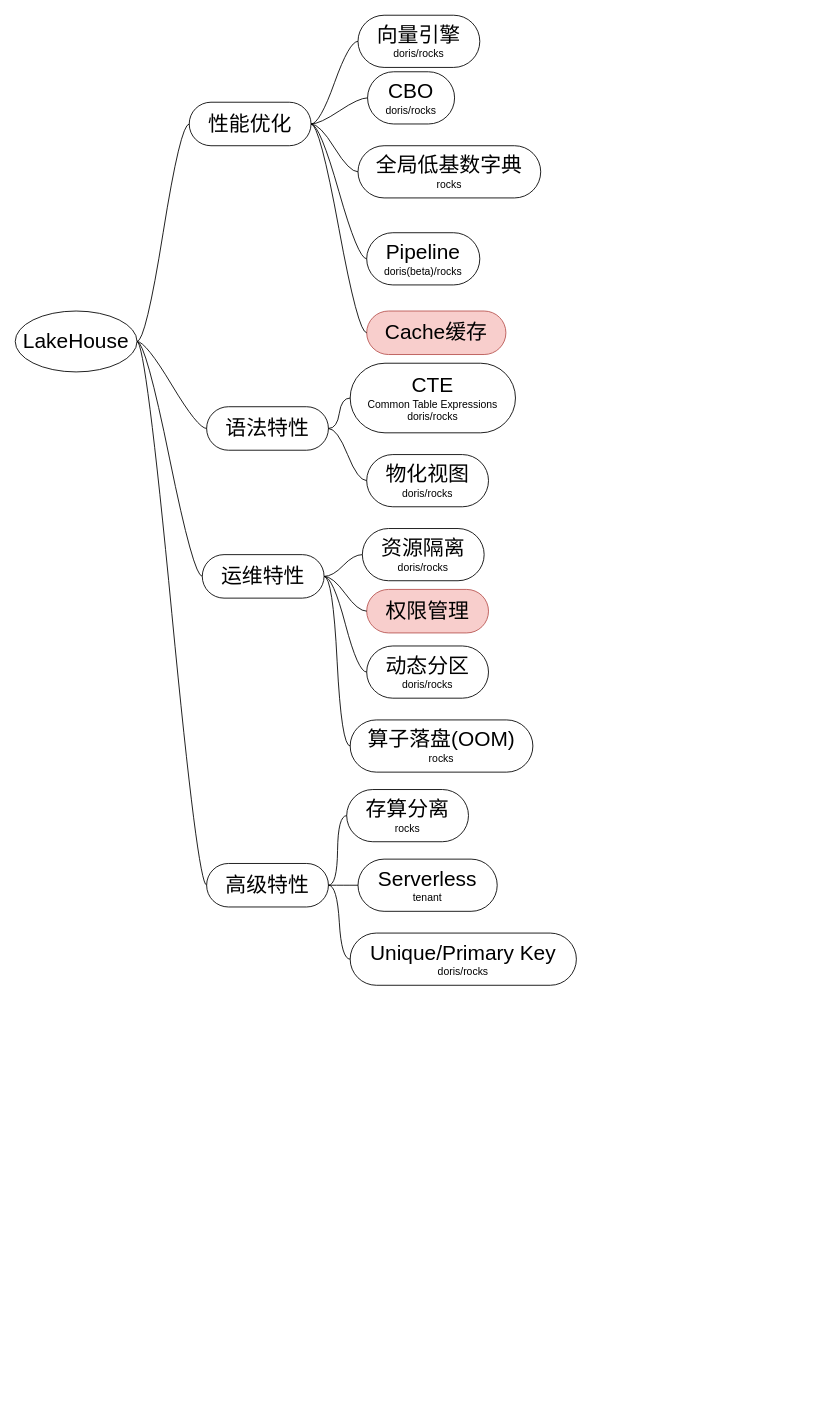
Earlier version of the draw.io diagram page "思维导图" (1 of 3) of database/Doris/LakeHouse.drawio (gohalo/mind). Source tidied: cells renumbered, new cells numbered last; positions are measured from the earlier drawing's top-left corner, leaving out a move shared by most shapes. Both pictures are drawn from the tidied source at 87%, with x=0, y=0 at pixel (15, 15).
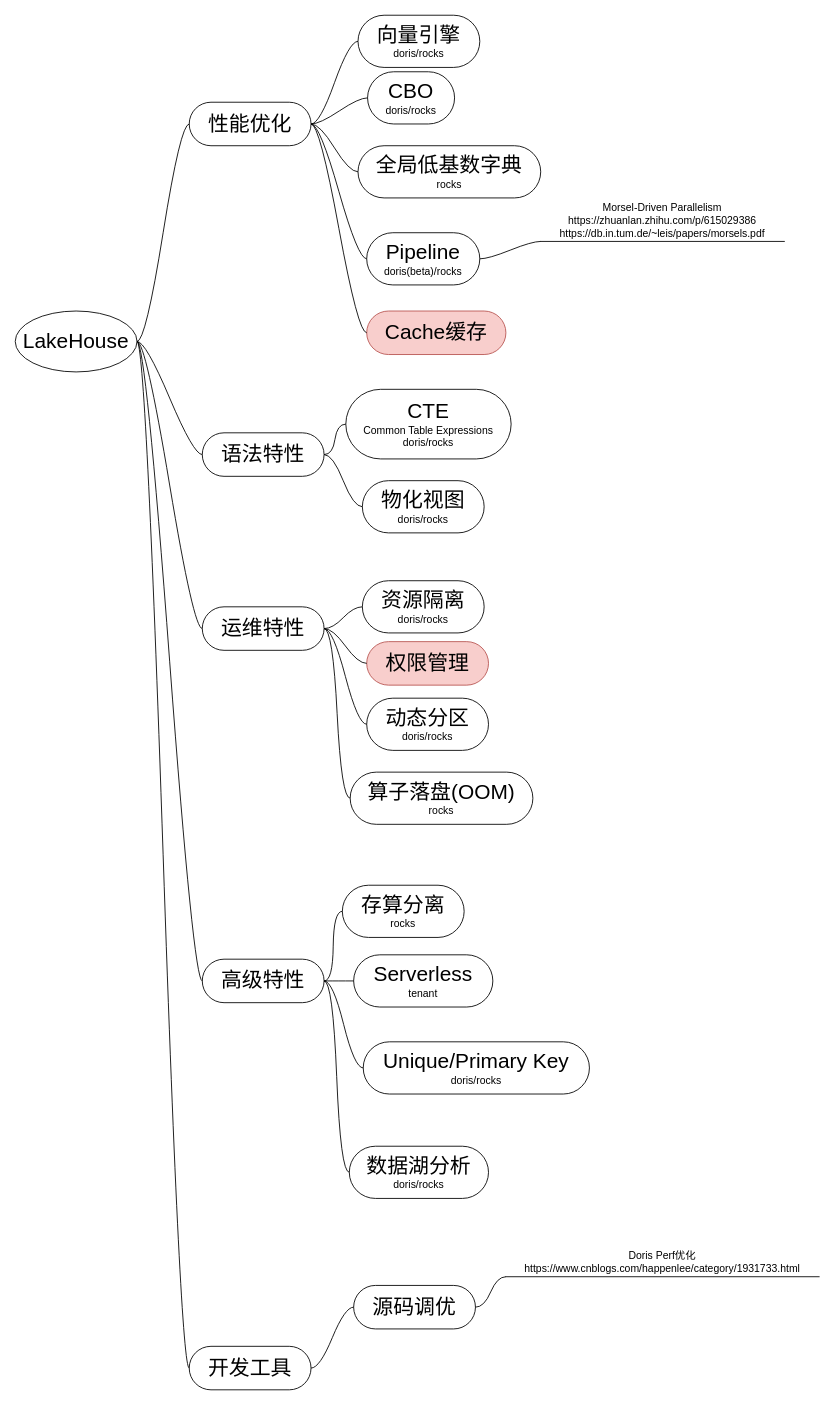
The same diagram, later.

Unchanged cells that the change refers to:
```xml
<mxCell id="2" value="&lt;font style=&quot;font-size: 24px;&quot;&gt;LakeHouse&lt;/font&gt;" style="ellipse;whiteSpace=wrap;html=1;align=center;newEdgeStyle={&quot;edgeStyle&quot;:&quot;entityRelationEdgeStyle&quot;,&quot;startArrow&quot;:&quot;none&quot;,&quot;endArrow&quot;:&quot;none&quot;,&quot;segment&quot;:10,&quot;curved&quot;:1,&quot;sourcePerimeterSpacing&quot;:0,&quot;targetPerimeterSpacing&quot;:0};" parent="1" vertex="1">
  <mxGeometry y="340" width="140" height="70" as="geometry" />
</mxCell>
<mxCell id="15" value="&lt;font style=&quot;&quot;&gt;&lt;span style=&quot;font-size: 24px;&quot;&gt;Pipeline&lt;/span&gt;&lt;br&gt;&lt;font style=&quot;font-size: 12px;&quot;&gt;doris(beta)/rocks&lt;/font&gt;&lt;br&gt;&lt;/font&gt;" style="whiteSpace=wrap;html=1;rounded=1;arcSize=50;align=center;verticalAlign=middle;strokeWidth=1;spacing=4;newEdgeStyle={&quot;edgeStyle&quot;:&quot;entityRelationEdgeStyle&quot;,&quot;startArrow&quot;:&quot;none&quot;,&quot;endArrow&quot;:&quot;none&quot;,&quot;segment&quot;:10,&quot;curved&quot;:1,&quot;sourcePerimeterSpacing&quot;:0,&quot;targetPerimeterSpacing&quot;:0};" parent="1" vertex="1">
  <mxGeometry x="404" y="250" width="130" height="60" as="geometry" />
</mxCell>
```

Diff of the diagram source:
```diff
@@
     <mxCell id="11" value="&lt;font style=&quot;font-size: 24px;&quot;&gt;语法特性&lt;/font&gt;" style="whiteSpace=wrap;html=1;rounded=1;arcSize=50;align=center;verticalAlign=middle;strokeWidth=1;spacing=4;newEdgeStyle={&quot;edgeStyle&quot;:&quot;entityRelationEdgeStyle&quot;,&quot;startArrow&quot;:&quot;none&quot;,&quot;endArrow&quot;:&quot;none&quot;,&quot;segment&quot;:10,&quot;curved&quot;:1,&quot;sourcePerimeterSpacing&quot;:0,&quot;targetPerimeterSpacing&quot;:0};" parent="1" vertex="1">
-      <mxGeometry x="220" y="450" width="140" height="50" as="geometry" />
+      <mxGeometry x="215" y="480" width="140" height="50" as="geometry" />
     </mxCell>
@@
     <mxCell id="13" value="&lt;font style=&quot;&quot;&gt;&lt;span style=&quot;font-size: 24px;&quot;&gt;CTE&lt;/span&gt;&lt;br&gt;&lt;font style=&quot;font-size: 12px;&quot;&gt;Common Table Expressions&lt;br&gt;&lt;/font&gt;doris/rocks&lt;br&gt;&lt;/font&gt;" style="whiteSpace=wrap;html=1;rounded=1;arcSize=50;align=center;verticalAlign=middle;strokeWidth=1;spacing=4;newEdgeStyle={&quot;edgeStyle&quot;:&quot;entityRelationEdgeStyle&quot;,&quot;startArrow&quot;:&quot;none&quot;,&quot;endArrow&quot;:&quot;none&quot;,&quot;segment&quot;:10,&quot;curved&quot;:1,&quot;sourcePerimeterSpacing&quot;:0,&quot;targetPerimeterSpacing&quot;:0};" parent="1" vertex="1">
-      <mxGeometry x="385" y="400" width="190" height="80" as="geometry" />
+      <mxGeometry x="380" y="430" width="190" height="80" as="geometry" />
     </mxCell>
@@
     <mxCell id="17" value="&lt;font style=&quot;font-size: 24px;&quot;&gt;运维特性&lt;/font&gt;" style="whiteSpace=wrap;html=1;rounded=1;arcSize=50;align=center;verticalAlign=middle;strokeWidth=1;spacing=4;newEdgeStyle={&quot;edgeStyle&quot;:&quot;entityRelationEdgeStyle&quot;,&quot;startArrow&quot;:&quot;none&quot;,&quot;endArrow&quot;:&quot;none&quot;,&quot;segment&quot;:10,&quot;curved&quot;:1,&quot;sourcePerimeterSpacing&quot;:0,&quot;targetPerimeterSpacing&quot;:0};" parent="1" vertex="1">
-      <mxGeometry x="215" y="620" width="140" height="50" as="geometry" />
+      <mxGeometry x="215" y="680" width="140" height="50" as="geometry" />
     </mxCell>
@@
     <mxCell id="19" value="&lt;font style=&quot;&quot;&gt;&lt;span style=&quot;font-size: 24px;&quot;&gt;资源隔离&lt;/span&gt;&lt;br&gt;&lt;font style=&quot;font-size: 12px;&quot;&gt;doris/rocks&lt;/font&gt;&lt;br&gt;&lt;/font&gt;" style="whiteSpace=wrap;html=1;rounded=1;arcSize=50;align=center;verticalAlign=middle;strokeWidth=1;spacing=4;newEdgeStyle={&quot;edgeStyle&quot;:&quot;entityRelationEdgeStyle&quot;,&quot;startArrow&quot;:&quot;none&quot;,&quot;endArrow&quot;:&quot;none&quot;,&quot;segment&quot;:10,&quot;curved&quot;:1,&quot;sourcePerimeterSpacing&quot;:0,&quot;targetPerimeterSpacing&quot;:0};" parent="1" vertex="1">
-      <mxGeometry x="399" y="590" width="140" height="60" as="geometry" />
+      <mxGeometry x="399" y="650" width="140" height="60" as="geometry" />
     </mxCell>
@@
     <mxCell id="21" value="&lt;font style=&quot;&quot;&gt;&lt;span style=&quot;font-size: 24px;&quot;&gt;存算分离&lt;/span&gt;&lt;br&gt;&lt;font style=&quot;font-size: 12px;&quot;&gt;rocks&lt;/font&gt;&lt;br&gt;&lt;/font&gt;" style="whiteSpace=wrap;html=1;rounded=1;arcSize=50;align=center;verticalAlign=middle;strokeWidth=1;spacing=4;newEdgeStyle={&quot;edgeStyle&quot;:&quot;entityRelationEdgeStyle&quot;,&quot;startArrow&quot;:&quot;none&quot;,&quot;endArrow&quot;:&quot;none&quot;,&quot;segment&quot;:10,&quot;curved&quot;:1,&quot;sourcePerimeterSpacing&quot;:0,&quot;targetPerimeterSpacing&quot;:0};" parent="1" vertex="1">
-      <mxGeometry x="381" y="890" width="140" height="60" as="geometry" />
+      <mxGeometry x="376" y="1000" width="140" height="60" as="geometry" />
     </mxCell>
@@
     <mxCell id="23" value="&lt;font style=&quot;font-size: 24px;&quot;&gt;高级特性&lt;/font&gt;" style="whiteSpace=wrap;html=1;rounded=1;arcSize=50;align=center;verticalAlign=middle;strokeWidth=1;spacing=4;newEdgeStyle={&quot;edgeStyle&quot;:&quot;entityRelationEdgeStyle&quot;,&quot;startArrow&quot;:&quot;none&quot;,&quot;endArrow&quot;:&quot;none&quot;,&quot;segment&quot;:10,&quot;curved&quot;:1,&quot;sourcePerimeterSpacing&quot;:0,&quot;targetPerimeterSpacing&quot;:0};" parent="1" vertex="1">
-      <mxGeometry x="220" y="975" width="140" height="50" as="geometry" />
+      <mxGeometry x="215" y="1085" width="140" height="50" as="geometry" />
     </mxCell>
@@
-    <mxCell id="25" value="&lt;font style=&quot;&quot;&gt;&lt;span style=&quot;font-size: 24px;&quot;&gt;Unique/Primary Key&lt;/span&gt;&lt;br&gt;&lt;font style=&quot;font-size: 12px;&quot;&gt;doris/rocks&lt;/font&gt;&lt;br&gt;&lt;/font&gt;" style="whiteSpace=wrap;html=1;rounded=1;arcSize=50;align=center;verticalAlign=middle;strokeWidth=1;spacing=4;newEdgeStyle={&quot;edgeStyle&quot;:&quot;entityRelationEdgeStyle&quot;,&quot;startArrow&quot;:&quot;none&quot;,&quot;endArrow&quot;:&quot;none&quot;,&quot;segment&quot;:10,&quot;curved&quot;:1,&quot;sourcePerimeterSpacing&quot;:0,&quot;targetPerimeterSpacing&quot;:0};" parent="1" vertex="1">
-      <mxGeometry x="385" y="1055" width="260" height="60" as="geometry" />
+    <mxCell id="25" value="&lt;font style=&quot;&quot;&gt;&lt;span style=&quot;font-size: 24px;&quot;&gt;Unique/Primary Key&lt;/span&gt;&lt;br&gt;&lt;font style=&quot;font-size: 12px;&quot;&gt;doris/rocks&lt;/font&gt;&lt;br&gt;&lt;/font&gt;" style="whiteSpace=wrap;html=1;rounded=1;arcSize=50;align=center;verticalAlign=middle;strokeWidth=1;spacing=4;newEdgeStyle={&quot;edgeStyle&quot;:&quot;entityRelationEdgeStyle&quot;,&quot;startArrow&quot;:&quot;none&quot;,&quot;endArrow&quot;:&quot;none&quot;,&quot;segment&quot;:10,&quot;curved&quot;:1,&quot;sourcePerimeterSpacing&quot;:0,&quot;targetPerimeterSpacing&quot;:0};glass=0;" parent="1" vertex="1">
+      <mxGeometry x="400" y="1180" width="260" height="60" as="geometry" />
     </mxCell>
@@
     <mxCell id="27" value="&lt;font style=&quot;font-size: 24px;&quot;&gt;权限管理&lt;/font&gt;" style="whiteSpace=wrap;html=1;rounded=1;arcSize=50;align=center;verticalAlign=middle;strokeWidth=1;spacing=4;newEdgeStyle={&quot;edgeStyle&quot;:&quot;entityRelationEdgeStyle&quot;,&quot;startArrow&quot;:&quot;none&quot;,&quot;endArrow&quot;:&quot;none&quot;,&quot;segment&quot;:10,&quot;curved&quot;:1,&quot;sourcePerimeterSpacing&quot;:0,&quot;targetPerimeterSpacing&quot;:0};fillColor=#f8cecc;strokeColor=#b85450;" parent="1" vertex="1">
-      <mxGeometry x="404" y="660" width="140" height="50" as="geometry" />
+      <mxGeometry x="404" y="720" width="140" height="50" as="geometry" />
     </mxCell>
@@
     <mxCell id="29" value="&lt;font style=&quot;&quot;&gt;&lt;span style=&quot;font-size: 24px;&quot;&gt;物化视图&lt;/span&gt;&lt;br&gt;&lt;font style=&quot;font-size: 12px;&quot;&gt;doris/rocks&lt;/font&gt;&lt;br&gt;&lt;/font&gt;" style="whiteSpace=wrap;html=1;rounded=1;arcSize=50;align=center;verticalAlign=middle;strokeWidth=1;spacing=4;newEdgeStyle={&quot;edgeStyle&quot;:&quot;entityRelationEdgeStyle&quot;,&quot;startArrow&quot;:&quot;none&quot;,&quot;endArrow&quot;:&quot;none&quot;,&quot;segment&quot;:10,&quot;curved&quot;:1,&quot;sourcePerimeterSpacing&quot;:0,&quot;targetPerimeterSpacing&quot;:0};" parent="1" vertex="1">
-      <mxGeometry x="404" y="505" width="140" height="60" as="geometry" />
+      <mxGeometry x="399" y="535" width="140" height="60" as="geometry" />
     </mxCell>
@@
     <mxCell id="31" value="&lt;font style=&quot;&quot;&gt;&lt;span style=&quot;font-size: 24px;&quot;&gt;动态分区&lt;/span&gt;&lt;br&gt;&lt;font style=&quot;font-size: 12px;&quot;&gt;doris/rocks&lt;/font&gt;&lt;br&gt;&lt;/font&gt;" style="whiteSpace=wrap;html=1;rounded=1;arcSize=50;align=center;verticalAlign=middle;strokeWidth=1;spacing=4;newEdgeStyle={&quot;edgeStyle&quot;:&quot;entityRelationEdgeStyle&quot;,&quot;startArrow&quot;:&quot;none&quot;,&quot;endArrow&quot;:&quot;none&quot;,&quot;segment&quot;:10,&quot;curved&quot;:1,&quot;sourcePerimeterSpacing&quot;:0,&quot;targetPerimeterSpacing&quot;:0};" parent="1" vertex="1">
-      <mxGeometry x="404" y="725" width="140" height="60" as="geometry" />
+      <mxGeometry x="404" y="785" width="140" height="60" as="geometry" />
     </mxCell>
@@
     <mxCell id="33" value="&lt;font style=&quot;&quot;&gt;&lt;span style=&quot;font-size: 24px;&quot;&gt;算子落盘(OOM)&lt;/span&gt;&lt;br&gt;&lt;font style=&quot;font-size: 12px;&quot;&gt;rocks&lt;/font&gt;&lt;br&gt;&lt;/font&gt;" style="whiteSpace=wrap;html=1;rounded=1;arcSize=50;align=center;verticalAlign=middle;strokeWidth=1;spacing=4;newEdgeStyle={&quot;edgeStyle&quot;:&quot;entityRelationEdgeStyle&quot;,&quot;startArrow&quot;:&quot;none&quot;,&quot;endArrow&quot;:&quot;none&quot;,&quot;segment&quot;:10,&quot;curved&quot;:1,&quot;sourcePerimeterSpacing&quot;:0,&quot;targetPerimeterSpacing&quot;:0};" parent="1" vertex="1">
-      <mxGeometry x="385" y="810" width="210" height="60" as="geometry" />
+      <mxGeometry x="385" y="870" width="210" height="60" as="geometry" />
     </mxCell>
@@
     <mxCell id="37" value="&lt;font style=&quot;&quot;&gt;&lt;span style=&quot;font-size: 24px;&quot;&gt;Serverless&lt;/span&gt;&lt;br&gt;&lt;font style=&quot;font-size: 12px;&quot;&gt;tenant&lt;/font&gt;&lt;br&gt;&lt;/font&gt;" style="whiteSpace=wrap;html=1;rounded=1;arcSize=50;align=center;verticalAlign=middle;strokeWidth=1;spacing=4;newEdgeStyle={&quot;edgeStyle&quot;:&quot;entityRelationEdgeStyle&quot;,&quot;startArrow&quot;:&quot;none&quot;,&quot;endArrow&quot;:&quot;none&quot;,&quot;segment&quot;:10,&quot;curved&quot;:1,&quot;sourcePerimeterSpacing&quot;:0,&quot;targetPerimeterSpacing&quot;:0};" parent="1" vertex="1">
-      <mxGeometry x="394" y="970" width="160" height="60" as="geometry" />
+      <mxGeometry x="389" y="1080" width="160" height="60" as="geometry" />
     </mxCell>
@@
+    <mxCell id="39" value="&lt;font style=&quot;font-size: 24px;&quot;&gt;数据湖分析&lt;/font&gt;&lt;br style=&quot;border-color: var(--border-color);&quot;&gt;&lt;font style=&quot;border-color: var(--border-color);&quot;&gt;doris/rocks&lt;/font&gt;" style="whiteSpace=wrap;html=1;rounded=1;arcSize=50;align=center;verticalAlign=middle;strokeWidth=1;spacing=4;newEdgeStyle={&quot;edgeStyle&quot;:&quot;entityRelationEdgeStyle&quot;,&quot;startArrow&quot;:&quot;none&quot;,&quot;endArrow&quot;:&quot;none&quot;,&quot;segment&quot;:10,&quot;curved&quot;:1,&quot;sourcePerimeterSpacing&quot;:0,&quot;targetPerimeterSpacing&quot;:0};" parent="1" vertex="1">
+      <mxGeometry x="384" y="1300" width="160" height="60" as="geometry" />
+    </mxCell>
+    <mxCell id="40" style="edgeStyle=entityRelationEdgeStyle;startArrow=none;endArrow=none;segment=10;curved=1;sourcePerimeterSpacing=0;targetPerimeterSpacing=0;rounded=0;exitX=1;exitY=0.5;exitDx=0;exitDy=0;" parent="1" edge="1" source="23" target="39">
+      <mxGeometry relative="1" as="geometry" />
+    </mxCell>
+    <mxCell id="41" value="&lt;div&gt;&lt;span style=&quot;background-color: initial;&quot;&gt;Morsel-Driven Parallelism&lt;/span&gt;&lt;br&gt;&lt;/div&gt;&lt;div&gt;https://zhuanlan.zhihu.com/p/615029386&lt;/div&gt;&lt;div&gt;https://db.in.tum.de/~leis/papers/morsels.pdf&lt;br&gt;&lt;/div&gt;" style="whiteSpace=wrap;html=1;shape=partialRectangle;top=0;left=0;bottom=1;right=0;points=[[0,1],[1,1]];fillColor=none;align=center;verticalAlign=bottom;routingCenterY=0.5;snapToPoint=1;newEdgeStyle={&quot;edgeStyle&quot;:&quot;entityRelationEdgeStyle&quot;,&quot;startArrow&quot;:&quot;none&quot;,&quot;endArrow&quot;:&quot;none&quot;,&quot;segment&quot;:10,&quot;curved&quot;:1,&quot;sourcePerimeterSpacing&quot;:0,&quot;targetPerimeterSpacing&quot;:0};" parent="1" vertex="1">
+      <mxGeometry x="604" y="200" width="280" height="60" as="geometry" />
+    </mxCell>
+    <mxCell id="42" style="edgeStyle=entityRelationEdgeStyle;startArrow=none;endArrow=none;segment=10;curved=1;sourcePerimeterSpacing=0;targetPerimeterSpacing=0;rounded=0;exitX=1;exitY=0.5;exitDx=0;exitDy=0;" parent="1" edge="1" source="15" target="41">
+      <mxGeometry relative="1" as="geometry" />
+    </mxCell>
+    <mxCell id="43" value="&lt;font style=&quot;font-size: 24px;&quot;&gt;开发工具&lt;/font&gt;" style="whiteSpace=wrap;html=1;rounded=1;arcSize=50;align=center;verticalAlign=middle;strokeWidth=1;spacing=4;newEdgeStyle={&quot;edgeStyle&quot;:&quot;entityRelationEdgeStyle&quot;,&quot;startArrow&quot;:&quot;none&quot;,&quot;endArrow&quot;:&quot;none&quot;,&quot;segment&quot;:10,&quot;curved&quot;:1,&quot;sourcePerimeterSpacing&quot;:0,&quot;targetPerimeterSpacing&quot;:0};" parent="1" vertex="1">
+      <mxGeometry x="200" y="1530" width="140" height="50" as="geometry" />
+    </mxCell>
+    <mxCell id="44" style="edgeStyle=entityRelationEdgeStyle;startArrow=none;endArrow=none;segment=10;curved=1;sourcePerimeterSpacing=0;targetPerimeterSpacing=0;rounded=0;exitX=1;exitY=0.5;exitDx=0;exitDy=0;" parent="1" edge="1" source="2" target="43">
+      <mxGeometry relative="1" as="geometry" />
+    </mxCell>
+    <mxCell id="45" value="&lt;font style=&quot;font-size: 24px;&quot;&gt;源码调优&lt;/font&gt;" style="whiteSpace=wrap;html=1;rounded=1;arcSize=50;align=center;verticalAlign=middle;strokeWidth=1;spacing=4;newEdgeStyle={&quot;edgeStyle&quot;:&quot;entityRelationEdgeStyle&quot;,&quot;startArrow&quot;:&quot;none&quot;,&quot;endArrow&quot;:&quot;none&quot;,&quot;segment&quot;:10,&quot;curved&quot;:1,&quot;sourcePerimeterSpacing&quot;:0,&quot;targetPerimeterSpacing&quot;:0};" parent="1" vertex="1">
+      <mxGeometry x="389" y="1460" width="140" height="50" as="geometry" />
+    </mxCell>
+    <mxCell id="46" style="edgeStyle=entityRelationEdgeStyle;startArrow=none;endArrow=none;segment=10;curved=1;sourcePerimeterSpacing=0;targetPerimeterSpacing=0;rounded=0;exitX=1;exitY=0.5;exitDx=0;exitDy=0;" parent="1" edge="1" source="43" target="45">
+      <mxGeometry relative="1" as="geometry" />
+    </mxCell>
+    <mxCell id="47" value="&lt;div style=&quot;border-color: var(--border-color);&quot;&gt;Doris Perf优化&lt;/div&gt;&lt;div style=&quot;border-color: var(--border-color);&quot;&gt;https://www.cnblogs.com/happenlee/category/1931733.html&lt;/div&gt;" style="whiteSpace=wrap;html=1;shape=partialRectangle;top=0;left=0;bottom=1;right=0;points=[[0,1],[1,1]];fillColor=none;align=center;verticalAlign=bottom;routingCenterY=0.5;snapToPoint=1;newEdgeStyle={&quot;edgeStyle&quot;:&quot;entityRelationEdgeStyle&quot;,&quot;startArrow&quot;:&quot;none&quot;,&quot;endArrow&quot;:&quot;none&quot;,&quot;segment&quot;:10,&quot;curved&quot;:1,&quot;sourcePerimeterSpacing&quot;:0,&quot;targetPerimeterSpacing&quot;:0};" parent="1" vertex="1">
+      <mxGeometry x="564" y="1410" width="360" height="40" as="geometry" />
+    </mxCell>
+    <mxCell id="48" style="edgeStyle=entityRelationEdgeStyle;startArrow=none;endArrow=none;segment=10;curved=1;sourcePerimeterSpacing=0;targetPerimeterSpacing=0;rounded=0;exitX=1;exitY=0.5;exitDx=0;exitDy=0;" parent="1" edge="1" source="45" target="47">
+      <mxGeometry relative="1" as="geometry" />
+    </mxCell>
```
